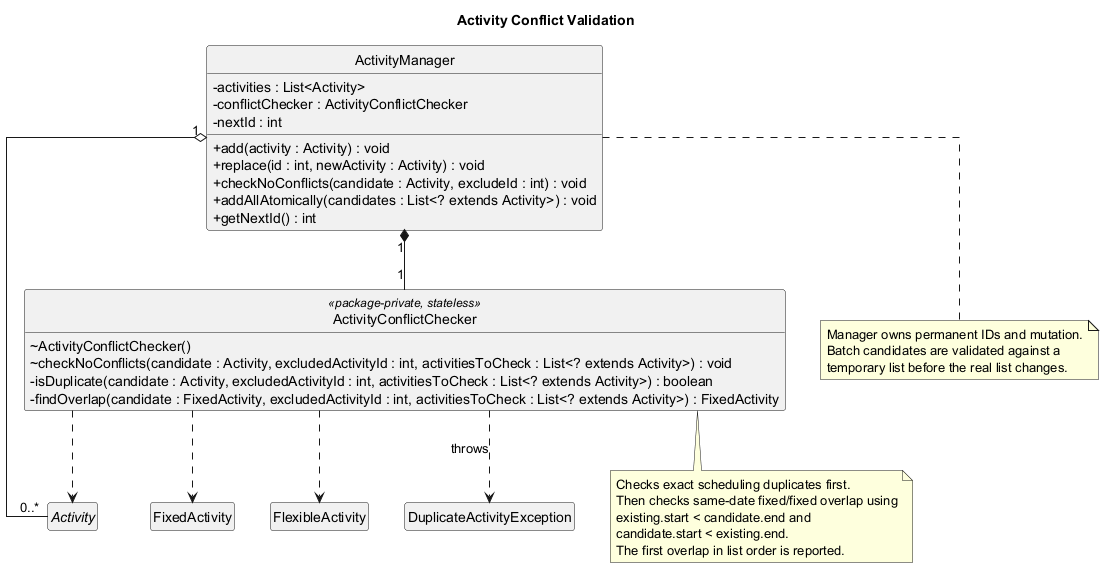
Above: docs/diagrams/class/ActivityConflictValidationClassDiagram.png in lukelouyu/SelfTeamProject (PlantUML), before the change. Its diagram source:
```plantuml
@startuml
title Activity Conflict Validation

skinparam classAttributeIconSize 0
skinparam linetype ortho
skinparam shadowing false
hide circle
hide empty members

class ActivityManager {
  - activities : List<Activity>
  - conflictChecker : ActivityConflictChecker
  - nextId : int
  + add(activity : Activity) : void
  + replace(id : int, newActivity : Activity) : void
  + checkNoConflicts(candidate : Activity, excludeId : int) : void
  + addAllAtomically(candidates : List<? extends Activity>) : void
  + getNextId() : int
}

class ActivityConflictChecker <<package-private, stateless>> {
  ~ ActivityConflictChecker()
  ~ checkNoConflicts(candidate : Activity, excludedActivityId : int, activitiesToCheck : List<? extends Activity>) : void
  - isDuplicate(candidate : Activity, excludedActivityId : int, activitiesToCheck : List<? extends Activity>) : boolean
  - findOverlap(candidate : FixedActivity, excludedActivityId : int, activitiesToCheck : List<? extends Activity>) : FixedActivity
}

abstract class Activity
class FixedActivity
class FlexibleActivity
class DuplicateActivityException

ActivityManager "1" *-- "1" ActivityConflictChecker
ActivityManager "1" o-- "0..*" Activity
ActivityConflictChecker ..> Activity
ActivityConflictChecker ..> FixedActivity
ActivityConflictChecker ..> FlexibleActivity
ActivityConflictChecker ..> DuplicateActivityException : throws

note bottom of ActivityConflictChecker
  Checks exact scheduling duplicates first.
  Then checks same-date fixed/fixed overlap using
  existing.start < candidate.end and
  candidate.start < existing.end.
  The first overlap in list order is reported.
end note

note bottom of ActivityManager
  Manager owns permanent IDs and mutation.
  Batch candidates are validated against a
  temporary list before the real list changes.
end note

@enduml
```
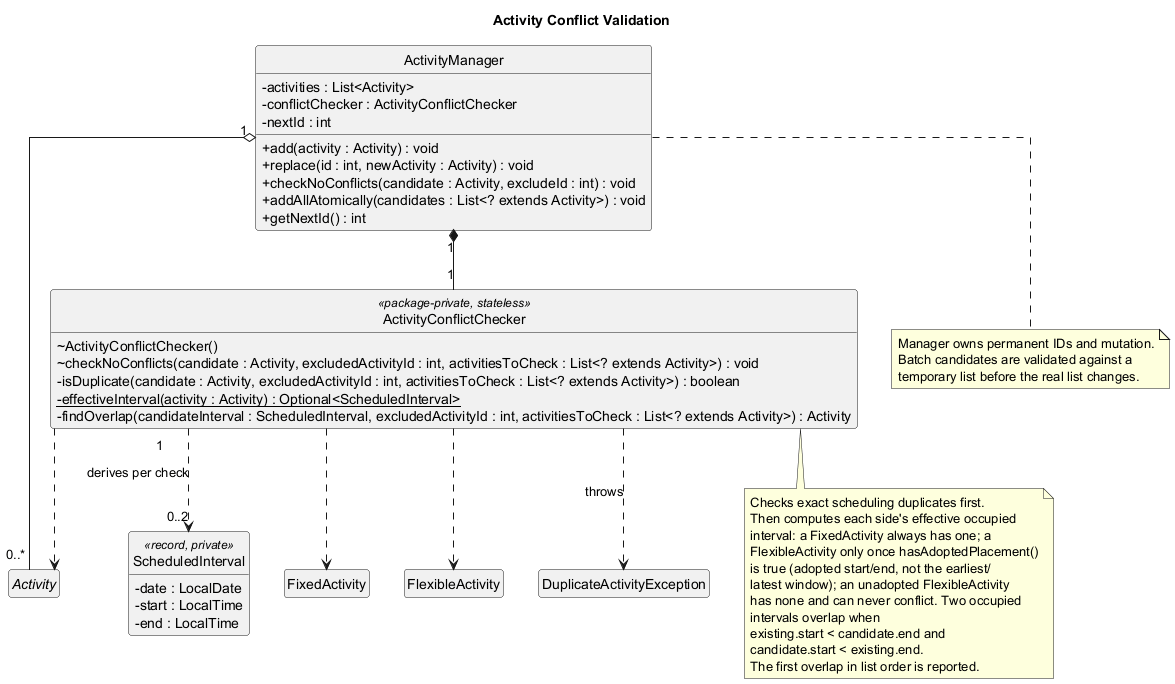
Above is the later version.

Commit message:
fix: include adopted flexible activities in conflict checks

The edit, as a diff of the source:
```diff
@@ -22,7 +22,14 @@
   ~ ActivityConflictChecker()
   ~ checkNoConflicts(candidate : Activity, excludedActivityId : int, activitiesToCheck : List<? extends Activity>) : void
   - isDuplicate(candidate : Activity, excludedActivityId : int, activitiesToCheck : List<? extends Activity>) : boolean
-  - findOverlap(candidate : FixedActivity, excludedActivityId : int, activitiesToCheck : List<? extends Activity>) : FixedActivity
+  - {static} effectiveInterval(activity : Activity) : Optional<ScheduledInterval>
+  - findOverlap(candidateInterval : ScheduledInterval, excludedActivityId : int, activitiesToCheck : List<? extends Activity>) : Activity
+}
+
+class ScheduledInterval <<record, private>> {
+  - date : LocalDate
+  - start : LocalTime
+  - end : LocalTime
 }
 
 abstract class Activity
@@ -36,10 +43,17 @@
 ActivityConflictChecker ..> FixedActivity
 ActivityConflictChecker ..> FlexibleActivity
 ActivityConflictChecker ..> DuplicateActivityException : throws
+ActivityConflictChecker "1" ..> "0..2" ScheduledInterval : derives per check
 
 note bottom of ActivityConflictChecker
   Checks exact scheduling duplicates first.
-  Then checks same-date fixed/fixed overlap using
+  Then computes each side's effective occupied
+  interval: a FixedActivity always has one; a
+  FlexibleActivity only once hasAdoptedPlacement()
+  is true (adopted start/end, not the earliest/
+  latest window); an unadopted FlexibleActivity
+  has none and can never conflict. Two occupied
+  intervals overlap when
   existing.start < candidate.end and
   candidate.start < existing.end.
   The first overlap in list order is reported.
```
